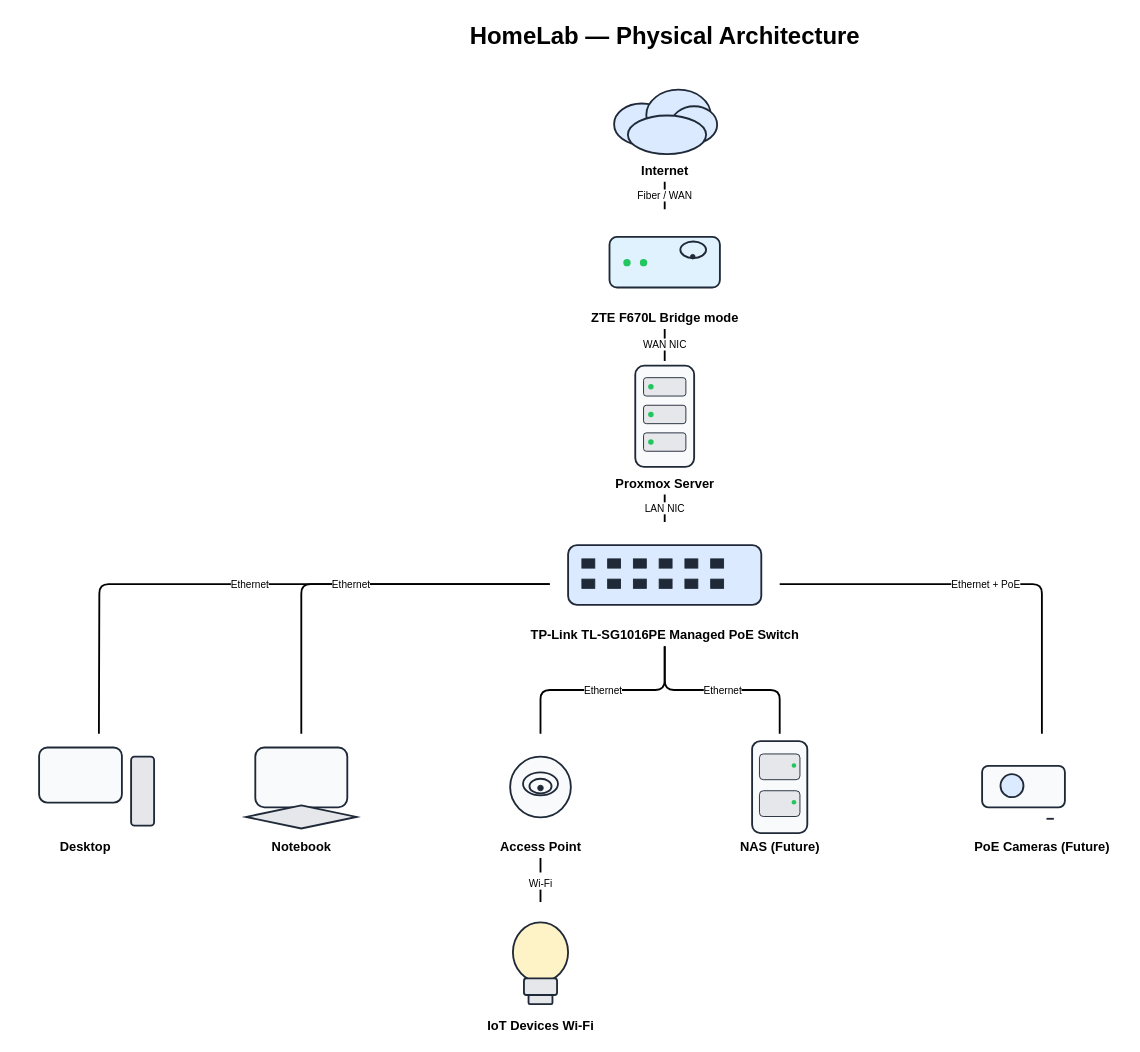
The draw.io diagram diagrams/homelab-architecture.drawio in wmanke952/homelab, before the edit. Source tidied: cells renumbered, new cells numbered last; positions are measured from the earlier drawing's top-left corner, leaving out a move shared by most shapes. Both pictures are drawn from the tidied source at 92%, with x=0, y=0 at pixel (16, 16).
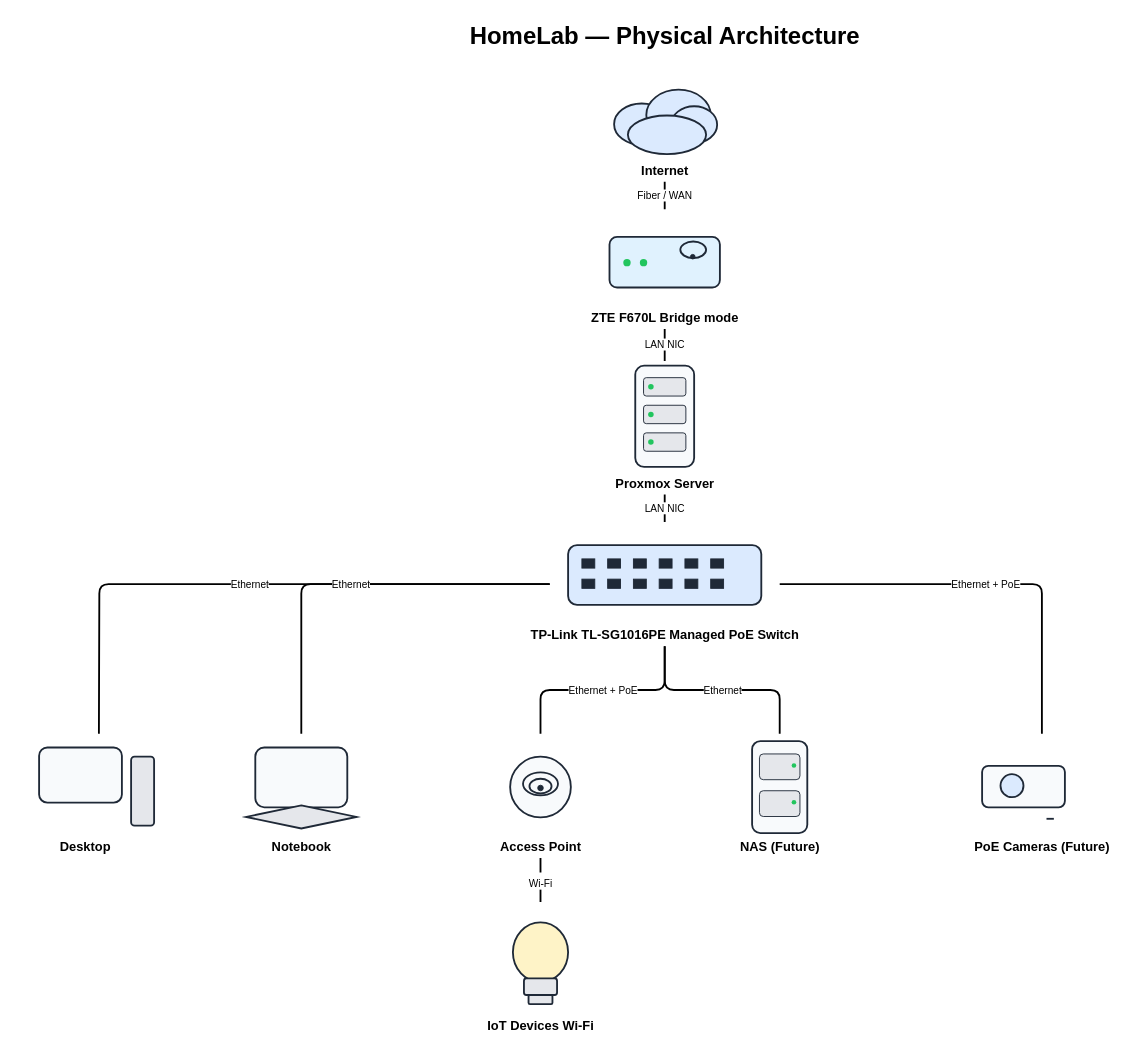
The same page after the edit.

The change refers to these unchanged cells:
```xml
<mxCell id="9" style="group;" parent="1" vertex="1">
  <mxGeometry x="630" y="210" width="150" height="130" as="geometry" />
</mxCell>
<mxCell id="17" style="group;" parent="1" vertex="1">
  <mxGeometry x="630" y="375" width="150" height="145" as="geometry" />
</mxCell>
<mxCell id="26" style="group;" parent="1" vertex="1">
  <mxGeometry x="580" y="550" width="250" height="135" as="geometry" />
</mxCell>
<mxCell id="49" style="group;" parent="1" vertex="1">
  <mxGeometry x="495" y="780" width="150" height="135" as="geometry" />
</mxCell>
```

Change to the diagram source:
```diff
@@
-    <mxCell id="78" value="WAN NIC" style="edgeStyle=orthogonalEdgeStyle;rounded=1;jettySize=auto;html=1;strokeWidth=2;endArrow=none;" parent="1" edge="1" source="9" target="17">
+    <mxCell id="78" value="LAN NIC" style="edgeStyle=orthogonalEdgeStyle;rounded=1;jettySize=auto;html=1;strokeWidth=2;endArrow=none;" parent="1" edge="1" source="9" target="17">
       <mxGeometry relative="1" as="geometry" />
     </mxCell>
@@
-    <mxCell id="82" value="Ethernet" style="edgeStyle=orthogonalEdgeStyle;rounded=1;jettySize=auto;html=1;strokeWidth=2;endArrow=none;" parent="1" edge="1" source="26" target="49">
+    <mxCell id="82" value="Ethernet + PoE" style="edgeStyle=orthogonalEdgeStyle;rounded=1;jettySize=auto;html=1;strokeWidth=2;endArrow=none;" parent="1" edge="1" source="26" target="49">
       <mxGeometry relative="1" as="geometry" />
     </mxCell>
```
